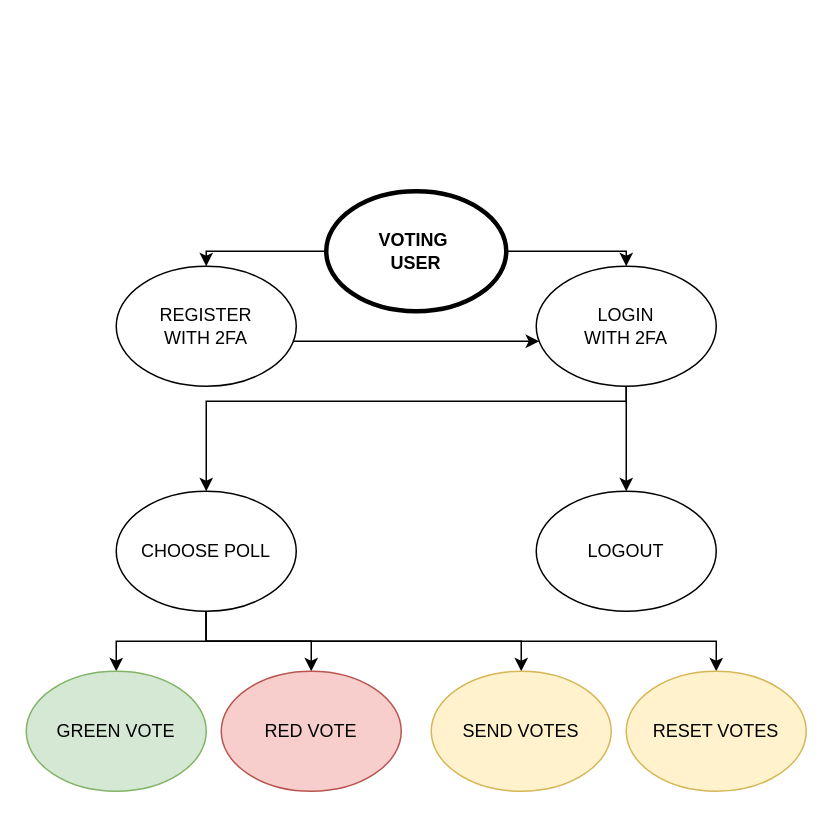
Above: Assignments/AssignmentA/UseCaseDiagrams/VOTEUSERS.drawio in LisaEliassen/DAT250_Project (draw.io), before the change. Source tidied: cells renumbered, new cells numbered last; positions are measured from the earlier drawing's top-left corner, leaving out a move shared by most shapes. Both pictures are drawn from the tidied source at 150%, with x=0, y=0 at pixel (26, 190).
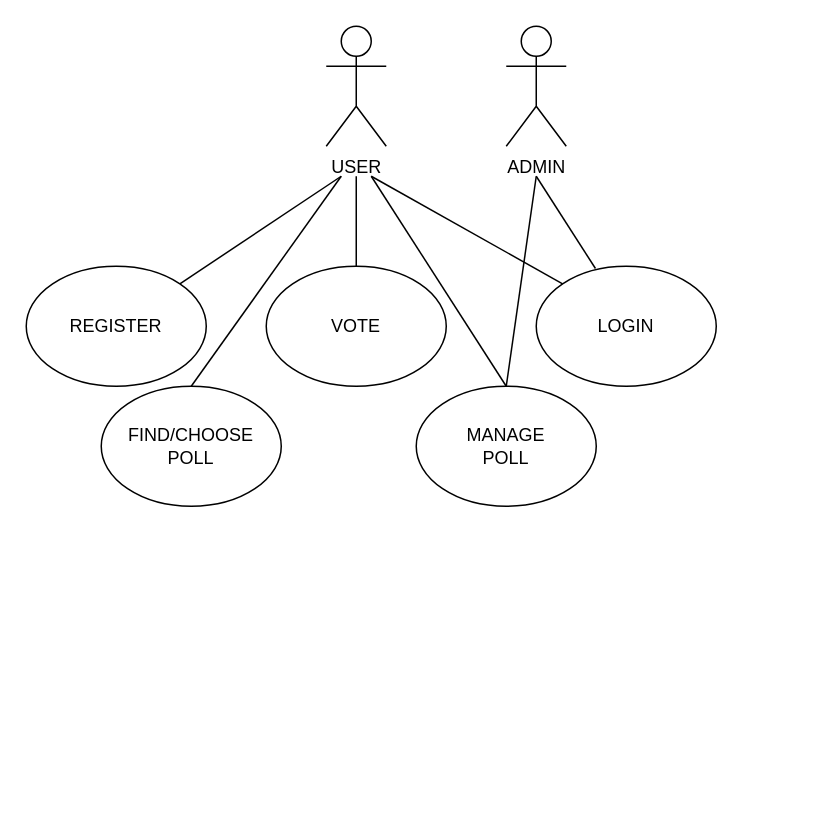
The same diagram, later.

The edit, as a diff of the source:
```diff
@@
-    <mxCell id="2" style="edgeStyle=orthogonalEdgeStyle;rounded=0;jettySize=auto;html=1;entryX=0.5;entryY=0;entryDx=0;entryDy=0;" parent="1" edge="1" source="4" target="6">
-      <mxGeometry relative="1" as="geometry">
-        <Array as="points">
-          <mxPoint x="120" y="40" />
-        </Array>
-      </mxGeometry>
-    </mxCell>
-    <mxCell id="3" style="edgeStyle=orthogonalEdgeStyle;rounded=0;jettySize=auto;html=1;exitX=1;exitY=0.5;exitDx=0;exitDy=0;entryX=0.5;entryY=0;entryDx=0;entryDy=0;" parent="1" edge="1" source="4" target="9">
-      <mxGeometry relative="1" as="geometry">
-        <Array as="points">
-          <mxPoint x="400" y="40" />
-        </Array>
-      </mxGeometry>
-    </mxCell>
-    <mxCell id="4" value="&lt;b&gt;VOTING&amp;nbsp;&lt;br&gt;USER&lt;br&gt;&lt;/b&gt;" style="ellipse;whiteSpace=wrap;html=1;strokeWidth=3;" parent="1" vertex="1">
-      <mxGeometry x="200" width="120" height="80" as="geometry" />
-    </mxCell>
-    <mxCell id="5" style="edgeStyle=orthogonalEdgeStyle;rounded=0;jettySize=auto;html=1;exitX=0.5;exitY=1;exitDx=0;exitDy=0;" parent="1" edge="1" source="6" target="9">
-      <mxGeometry relative="1" as="geometry">
-        <Array as="points">
-          <mxPoint x="120" y="100" />
-        </Array>
-      </mxGeometry>
-    </mxCell>
-    <mxCell id="6" value="REGISTER&lt;br&gt;WITH 2FA" style="ellipse;whiteSpace=wrap;html=1;strokeWidth=1;" parent="1" vertex="1">
-      <mxGeometry x="60" y="50" width="120" height="80" as="geometry" />
-    </mxCell>
-    <mxCell id="7" style="edgeStyle=orthogonalEdgeStyle;rounded=0;jettySize=auto;html=1;exitX=0.5;exitY=1;exitDx=0;exitDy=0;entryX=0.5;entryY=0;entryDx=0;entryDy=0;" parent="1" edge="1" source="9" target="14">
-      <mxGeometry relative="1" as="geometry">
-        <Array as="points">
-          <mxPoint x="400" y="140" />
-          <mxPoint x="120" y="140" />
-        </Array>
-      </mxGeometry>
-    </mxCell>
-    <mxCell id="8" style="edgeStyle=orthogonalEdgeStyle;rounded=0;jettySize=auto;html=1;exitX=1;exitY=1;exitDx=0;exitDy=0;entryX=0.5;entryY=0;entryDx=0;entryDy=0;" parent="1" edge="1" source="9" target="15">
-      <mxGeometry relative="1" as="geometry">
-        <Array as="points">
-          <mxPoint x="410" y="118" />
-          <mxPoint x="410" y="128" />
-          <mxPoint x="400" y="128" />
-        </Array>
-      </mxGeometry>
-    </mxCell>
-    <mxCell id="9" value="LOGIN&lt;br&gt;WITH 2FA" style="ellipse;whiteSpace=wrap;html=1;strokeWidth=1;" parent="1" vertex="1">
+    <mxCell id="9" value="LOGIN" style="ellipse;whiteSpace=wrap;html=1;strokeWidth=1;" parent="1" vertex="1">
       <mxGeometry x="340" y="50" width="120" height="80" as="geometry" />
     </mxCell>
-    <mxCell id="10" style="edgeStyle=orthogonalEdgeStyle;rounded=0;jettySize=auto;html=1;" parent="1" edge="1" source="14" target="17">
-      <mxGeometry relative="1" as="geometry" />
-    </mxCell>
-    <mxCell id="11" style="edgeStyle=orthogonalEdgeStyle;rounded=0;jettySize=auto;html=1;exitX=0.5;exitY=1;exitDx=0;exitDy=0;entryX=0.5;entryY=0;entryDx=0;entryDy=0;" parent="1" edge="1" source="14" target="16">
-      <mxGeometry relative="1" as="geometry" />
-    </mxCell>
-    <mxCell id="12" style="edgeStyle=orthogonalEdgeStyle;rounded=0;jettySize=auto;html=1;exitX=0.5;exitY=1;exitDx=0;exitDy=0;entryX=0.5;entryY=0;entryDx=0;entryDy=0;" parent="1" edge="1" source="14" target="19">
-      <mxGeometry relative="1" as="geometry" />
-    </mxCell>
-    <mxCell id="13" style="edgeStyle=orthogonalEdgeStyle;rounded=0;jettySize=auto;html=1;exitX=0.5;exitY=1;exitDx=0;exitDy=0;" parent="1" edge="1" source="14" target="18">
-      <mxGeometry relative="1" as="geometry" />
-    </mxCell>
-    <mxCell id="14" value="CHOOSE POLL" style="ellipse;whiteSpace=wrap;html=1;strokeWidth=1;" parent="1" vertex="1">
-      <mxGeometry x="60" y="200" width="120" height="80" as="geometry" />
-    </mxCell>
-    <mxCell id="15" value="LOGOUT" style="ellipse;whiteSpace=wrap;html=1;strokeWidth=1;" parent="1" vertex="1">
-      <mxGeometry x="340" y="200" width="120" height="80" as="geometry" />
-    </mxCell>
-    <mxCell id="16" value="GREEN VOTE" style="ellipse;whiteSpace=wrap;html=1;strokeWidth=1;fillColor=#d5e8d4;strokeColor=#82b366;" parent="1" vertex="1">
-      <mxGeometry y="320" width="120" height="80" as="geometry" />
-    </mxCell>
-    <mxCell id="17" value="RED VOTE" style="ellipse;whiteSpace=wrap;html=1;strokeWidth=1;fillColor=#f8cecc;strokeColor=#b85450;" parent="1" vertex="1">
-      <mxGeometry x="130" y="320" width="120" height="80" as="geometry" />
-    </mxCell>
-    <mxCell id="18" value="RESET VOTES" style="ellipse;whiteSpace=wrap;html=1;strokeWidth=1;fillColor=#fff2cc;strokeColor=#d6b656;" parent="1" vertex="1">
-      <mxGeometry x="400" y="320" width="120" height="80" as="geometry" />
-    </mxCell>
-    <mxCell id="19" value="SEND VOTES" style="ellipse;whiteSpace=wrap;html=1;strokeWidth=1;fillColor=#fff2cc;strokeColor=#d6b656;" parent="1" vertex="1">
-      <mxGeometry x="270" y="320" width="120" height="80" as="geometry" />
-    </mxCell>
+    <mxCell id="20" value="USER" style="shape=umlActor;verticalLabelPosition=bottom;verticalAlign=top;html=1;" parent="1" vertex="1">
+      <mxGeometry x="200" y="-110" width="40" height="80" as="geometry" />
+    </mxCell>
+    <mxCell id="21" value="ADMIN" style="shape=umlActor;verticalLabelPosition=bottom;verticalAlign=top;html=1;" parent="1" vertex="1">
+      <mxGeometry x="320" y="-110" width="40" height="80" as="geometry" />
+    </mxCell>
+    <mxCell id="22" value="VOTE" style="ellipse;whiteSpace=wrap;html=1;" parent="1" vertex="1">
+      <mxGeometry x="160" y="50" width="120" height="80" as="geometry" />
+    </mxCell>
+    <mxCell id="23" style="endArrow=none;html=1;rounded=0;exitX=0;exitY=0;exitDx=0;exitDy=0;" parent="1" edge="1" source="9">
+      <mxGeometry relative="1" as="geometry">
+        <mxPoint x="230" y="-10" as="targetPoint" />
+      </mxGeometry>
+    </mxCell>
+    <mxCell id="24" style="endArrow=none;html=1;rounded=0;exitX=0.329;exitY=0.019;exitDx=0;exitDy=0;exitPerimeter=0;" parent="1" edge="1" source="9">
+      <mxGeometry relative="1" as="geometry">
+        <mxPoint x="340" y="-10" as="targetPoint" />
+      </mxGeometry>
+    </mxCell>
+    <mxCell id="25" style="endArrow=none;html=1;rounded=0;exitX=0.5;exitY=0;exitDx=0;exitDy=0;" parent="1" edge="1" source="22">
+      <mxGeometry relative="1" as="geometry">
+        <mxPoint x="220" y="-10" as="targetPoint" />
+      </mxGeometry>
+    </mxCell>
+    <mxCell id="26" value="REGISTER" style="ellipse;whiteSpace=wrap;html=1;" parent="1" vertex="1">
+      <mxGeometry y="50" width="120" height="80" as="geometry" />
+    </mxCell>
+    <mxCell id="27" style="endArrow=none;html=1;rounded=0;exitX=1;exitY=0;exitDx=0;exitDy=0;" parent="1" edge="1" source="26">
+      <mxGeometry relative="1" as="geometry">
+        <mxPoint x="210" y="-10" as="targetPoint" />
+      </mxGeometry>
+    </mxCell>
+    <mxCell id="28" value="FIND/CHOOSE&lt;br&gt;POLL" style="ellipse;whiteSpace=wrap;html=1;" parent="1" vertex="1">
+      <mxGeometry x="50" y="130" width="120" height="80" as="geometry" />
+    </mxCell>
+    <mxCell id="29" style="endArrow=none;html=1;rounded=0;entryX=0.5;entryY=0;entryDx=0;entryDy=0;" parent="1" edge="1" target="28">
+      <mxGeometry relative="1" as="geometry">
+        <mxPoint x="210" y="-10" as="sourcePoint" />
+      </mxGeometry>
+    </mxCell>
+    <mxCell id="30" value="MANAGE&lt;br&gt;POLL" style="ellipse;whiteSpace=wrap;html=1;strokeWidth=1;" parent="1" vertex="1">
+      <mxGeometry x="260" y="130" width="120" height="80" as="geometry" />
+    </mxCell>
+    <mxCell id="31" style="endArrow=none;html=1;rounded=0;" parent="1" edge="1">
+      <mxGeometry relative="1" as="geometry">
+        <mxPoint x="320" y="130" as="sourcePoint" />
+        <mxPoint x="340" y="-10" as="targetPoint" />
+      </mxGeometry>
+    </mxCell>
+    <mxCell id="32" style="endArrow=none;html=1;rounded=0;exitX=0.5;exitY=0;exitDx=0;exitDy=0;" parent="1" edge="1" source="30">
+      <mxGeometry relative="1" as="geometry">
+        <mxPoint x="230" y="-10" as="targetPoint" />
+      </mxGeometry>
+    </mxCell>
```
